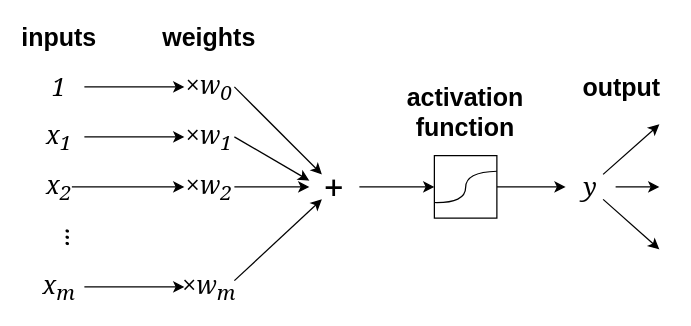
sverchkov/bmi-773-content keeps this draw.io diagram as diagram_sources/artificial-neuron.dio. Above is the earlier version. Source tidied: cells renumbered, new cells numbered last; positions are measured from the earlier drawing's top-left corner, leaving out a move shared by most shapes. Both pictures are drawn from the tidied source at 125%, with x=0, y=0 at pixel (34, 24).
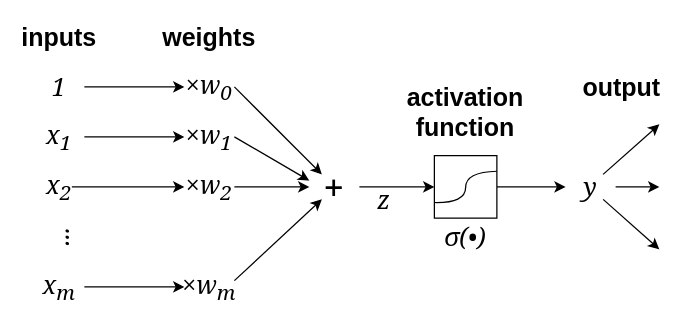
The same diagram, later.

Change to the diagram source:
```diff
@@
+    <mxCell id="32" value="&lt;i&gt;z&lt;/i&gt;" style="text;html=1;strokeColor=none;fillColor=none;align=center;verticalAlign=middle;whiteSpace=wrap;rounded=0;fontFamily=Georgia;fontSize=20;" parent="1" vertex="1">
+      <mxGeometry x="260" y="130" width="40" height="20" as="geometry" />
+    </mxCell>
+    <mxCell id="33" style="edgeStyle=orthogonalEdgeStyle;rounded=0;html=1;exitX=0.5;exitY=1;entryX=0.5;entryY=1;jettySize=auto;orthogonalLoop=1;fontFamily=Georgia;fontSize=20;" parent="1" edge="1" source="32" target="32">
+      <mxGeometry relative="1" as="geometry" />
+    </mxCell>
+    <mxCell id="34" value="σ(•)&lt;br&gt;" style="text;html=1;strokeColor=none;fillColor=none;align=center;verticalAlign=middle;whiteSpace=wrap;rounded=0;fontFamily=Georgia;fontSize=20;fontStyle=2;" parent="1" vertex="1">
+      <mxGeometry x="325" y="160" width="40" height="20" as="geometry" />
+    </mxCell>
```
